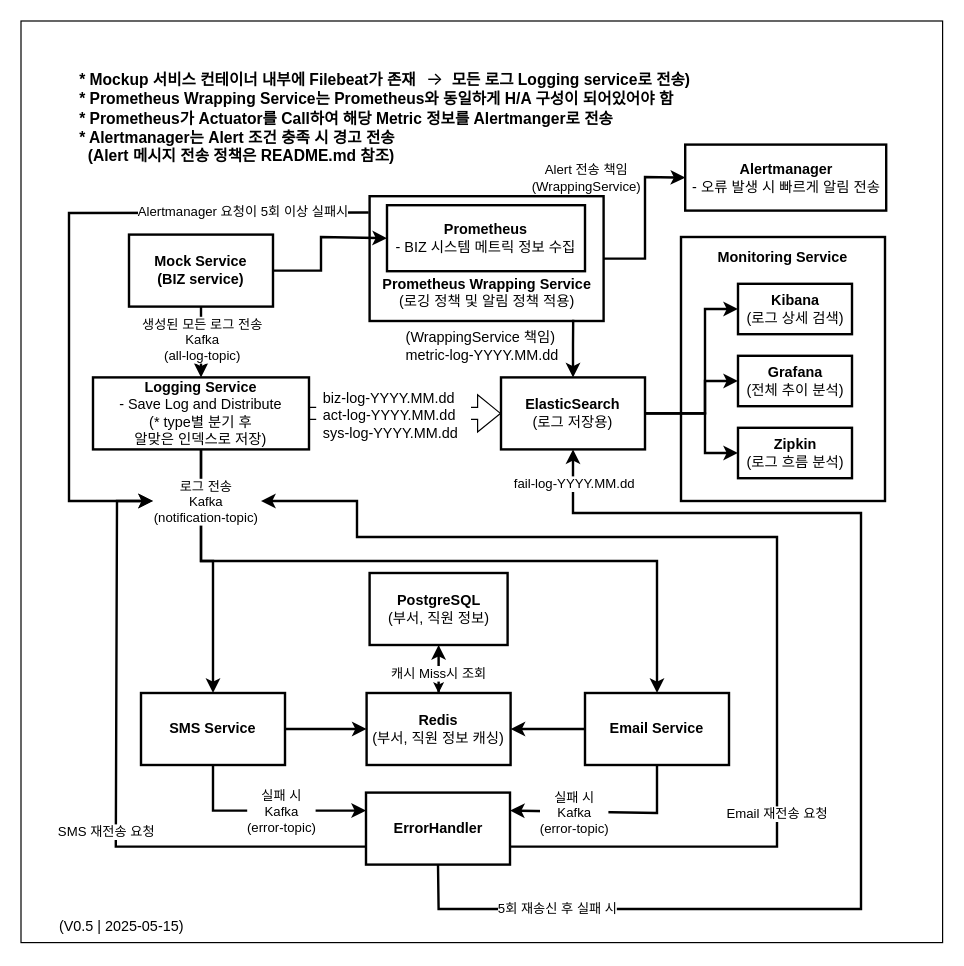
Before: docs/architecture/MsaLogHandleProjects.drawio in rihee1214/logstream-alert-system, a draw.io diagram. Source tidied: cells renumbered, new cells numbered last; positions are measured from the earlier drawing's top-left corner, leaving out a move shared by most shapes. Both pictures are drawn from the tidied source at 120%, with x=0, y=0 at pixel (20, 20).
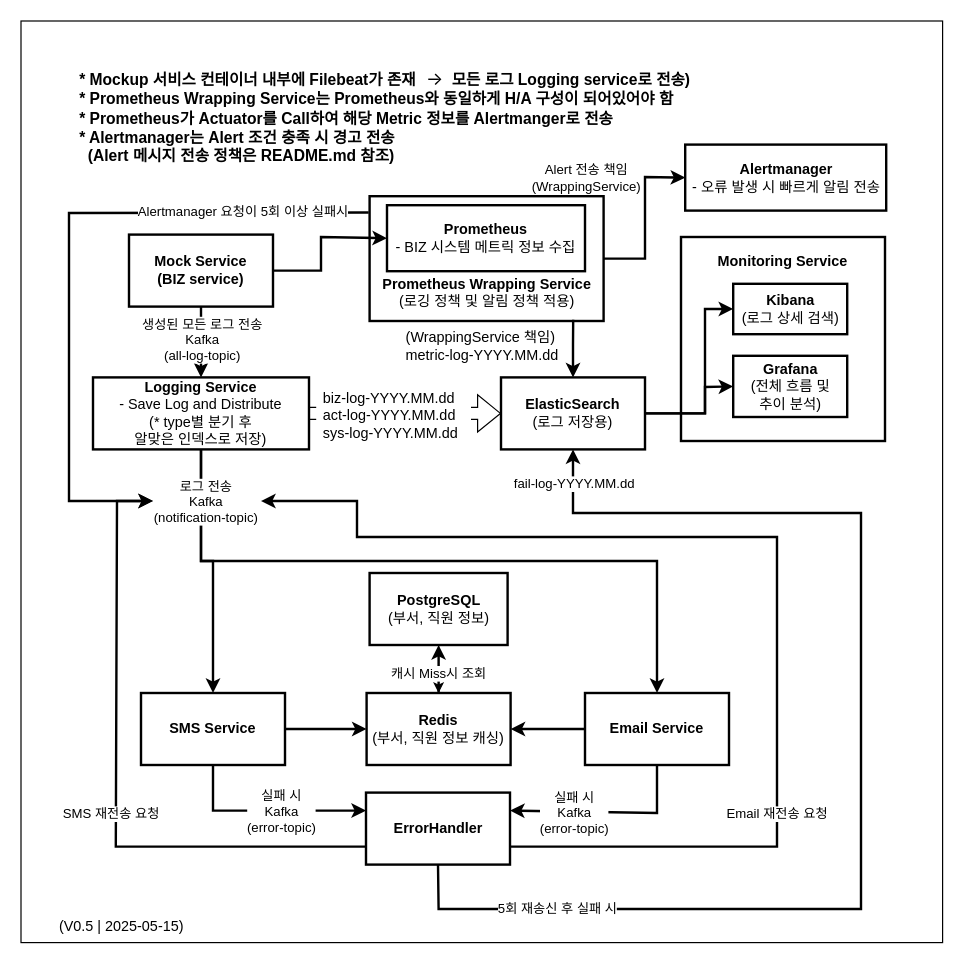
The same page after the edit.

The change refers to these unchanged cells:
```xml
<mxCell id="10" value="&lt;font style=&quot;color: light-dark(rgb(0, 0, 0), rgb(0, 0, 0));&quot;&gt;&lt;b&gt;ElasticSearch&lt;/b&gt;&lt;/font&gt;&lt;div&gt;&lt;font style=&quot;color: light-dark(rgb(0, 0, 0), rgb(0, 0, 0));&quot;&gt;(로그 저장용)&lt;/font&gt;&lt;/div&gt;" style="rounded=0;whiteSpace=wrap;html=1;fillColor=light-dark(#FFFFFF,#E8F0FE);strokeColor=light-dark(#000000,#333333);strokeWidth=2;" parent="1" vertex="1">
  <mxGeometry x="400" y="297" width="120" height="60" as="geometry" />
</mxCell>
<mxCell id="28" style="endArrow=classic;html=1;rounded=0;exitX=0;exitY=0.75;exitDx=0;exitDy=0;strokeWidth=2;strokeColor=light-dark(#000000,#333333);" parent="1" edge="1" source="21">
  <mxGeometry relative="1" as="geometry">
    <mxPoint x="110" y="400" as="targetPoint" />
    <Array as="points">
      <mxPoint x="79" y="688" />
      <mxPoint x="80" y="400" />
    </Array>
  </mxGeometry>
</mxCell>
```

Change to the diagram source:
```diff
@@
-    <mxCell id="5" value="&lt;font style=&quot;color: light-dark(rgb(0, 0, 0), rgb(0, 0, 0));&quot;&gt;&lt;b&gt;Monitoring Service&lt;/b&gt;&lt;/font&gt;&lt;div&gt;&lt;font style=&quot;color: light-dark(rgb(0, 0, 0), rgb(0, 0, 0));&quot;&gt;&lt;b&gt;&lt;br&gt;&lt;/b&gt;&lt;/font&gt;&lt;/div&gt;&lt;div&gt;&lt;font style=&quot;color: light-dark(rgb(0, 0, 0), rgb(0, 0, 0));&quot;&gt;&lt;b&gt;&lt;br&gt;&lt;/b&gt;&lt;/font&gt;&lt;/div&gt;&lt;div&gt;&lt;font style=&quot;color: light-dark(rgb(0, 0, 0), rgb(0, 0, 0));&quot;&gt;&lt;b&gt;&lt;br&gt;&lt;/b&gt;&lt;/font&gt;&lt;/div&gt;&lt;div&gt;&lt;font style=&quot;color: light-dark(rgb(0, 0, 0), rgb(0, 0, 0));&quot;&gt;&lt;b&gt;&lt;br&gt;&lt;/b&gt;&lt;/font&gt;&lt;/div&gt;&lt;div&gt;&lt;font style=&quot;color: light-dark(rgb(0, 0, 0), rgb(0, 0, 0));&quot;&gt;&lt;b&gt;&lt;br&gt;&lt;/b&gt;&lt;/font&gt;&lt;/div&gt;&lt;div&gt;&lt;font style=&quot;color: light-dark(rgb(0, 0, 0), rgb(0, 0, 0));&quot;&gt;&lt;b&gt;&lt;br&gt;&lt;/b&gt;&lt;/font&gt;&lt;/div&gt;&lt;div&gt;&lt;font style=&quot;color: light-dark(rgb(0, 0, 0), rgb(0, 0, 0));&quot;&gt;&lt;b&gt;&lt;br&gt;&lt;/b&gt;&lt;/font&gt;&lt;/div&gt;&lt;div&gt;&lt;font style=&quot;color: light-dark(rgb(0, 0, 0), rgb(0, 0, 0));&quot;&gt;&lt;b&gt;&lt;br&gt;&lt;/b&gt;&lt;/font&gt;&lt;/div&gt;&lt;div&gt;&lt;font style=&quot;color: light-dark(rgb(0, 0, 0), rgb(0, 0, 0));&quot;&gt;&lt;b&gt;&lt;br&gt;&lt;/b&gt;&lt;/font&gt;&lt;/div&gt;&lt;div&gt;&lt;font style=&quot;color: light-dark(rgb(0, 0, 0), rgb(0, 0, 0));&quot;&gt;&lt;b&gt;&lt;br&gt;&lt;/b&gt;&lt;/font&gt;&lt;/div&gt;&lt;div&gt;&lt;font style=&quot;color: light-dark(rgb(0, 0, 0), rgb(0, 0, 0));&quot;&gt;&lt;b&gt;&lt;br&gt;&lt;/b&gt;&lt;/font&gt;&lt;/div&gt;&lt;div&gt;&lt;font style=&quot;color: light-dark(rgb(0, 0, 0), rgb(0, 0, 0));&quot;&gt;&lt;b&gt;&lt;br&gt;&lt;/b&gt;&lt;/font&gt;&lt;/div&gt;&lt;div&gt;&lt;font style=&quot;color: light-dark(rgb(0, 0, 0), rgb(0, 0, 0));&quot;&gt;&lt;b&gt;&lt;br&gt;&lt;/b&gt;&lt;/font&gt;&lt;/div&gt;" style="rounded=0;whiteSpace=wrap;html=1;fillColor=light-dark(#FFFFFF,#E8F0FE);strokeColor=light-dark(#000000,#333333);strokeWidth=2;" parent="1" vertex="1">
-      <mxGeometry x="550" y="180" width="170" height="220" as="geometry" />
+    <mxCell id="5" value="&lt;font style=&quot;color: light-dark(rgb(0, 0, 0), rgb(0, 0, 0));&quot;&gt;&lt;b&gt;Monitoring Service&lt;/b&gt;&lt;/font&gt;&lt;div&gt;&lt;font style=&quot;color: light-dark(rgb(0, 0, 0), rgb(0, 0, 0));&quot;&gt;&lt;b&gt;&lt;br&gt;&lt;/b&gt;&lt;/font&gt;&lt;/div&gt;&lt;div&gt;&lt;font style=&quot;color: light-dark(rgb(0, 0, 0), rgb(0, 0, 0));&quot;&gt;&lt;b&gt;&lt;br&gt;&lt;/b&gt;&lt;/font&gt;&lt;/div&gt;&lt;div&gt;&lt;font style=&quot;color: light-dark(rgb(0, 0, 0), rgb(0, 0, 0));&quot;&gt;&lt;b&gt;&lt;br&gt;&lt;/b&gt;&lt;/font&gt;&lt;/div&gt;&lt;div&gt;&lt;font style=&quot;color: light-dark(rgb(0, 0, 0), rgb(0, 0, 0));&quot;&gt;&lt;b&gt;&lt;br&gt;&lt;/b&gt;&lt;/font&gt;&lt;/div&gt;&lt;div&gt;&lt;font style=&quot;color: light-dark(rgb(0, 0, 0), rgb(0, 0, 0));&quot;&gt;&lt;b&gt;&lt;br&gt;&lt;/b&gt;&lt;/font&gt;&lt;/div&gt;&lt;div&gt;&lt;font style=&quot;color: light-dark(rgb(0, 0, 0), rgb(0, 0, 0));&quot;&gt;&lt;b&gt;&lt;br&gt;&lt;/b&gt;&lt;/font&gt;&lt;/div&gt;&lt;div&gt;&lt;font style=&quot;color: light-dark(rgb(0, 0, 0), rgb(0, 0, 0));&quot;&gt;&lt;b&gt;&lt;br&gt;&lt;/b&gt;&lt;/font&gt;&lt;/div&gt;&lt;div&gt;&lt;font style=&quot;color: light-dark(rgb(0, 0, 0), rgb(0, 0, 0));&quot;&gt;&lt;b&gt;&lt;br&gt;&lt;/b&gt;&lt;/font&gt;&lt;/div&gt;&lt;div&gt;&lt;font style=&quot;color: light-dark(rgb(0, 0, 0), rgb(0, 0, 0));&quot;&gt;&lt;b&gt;&lt;br&gt;&lt;/b&gt;&lt;/font&gt;&lt;/div&gt;" style="rounded=0;whiteSpace=wrap;html=1;fillColor=light-dark(#FFFFFF,#E8F0FE);strokeColor=light-dark(#000000,#333333);strokeWidth=2;" parent="1" vertex="1">
+      <mxGeometry x="550" y="180" width="170" height="170" as="geometry" />
     </mxCell>
@@
     <mxCell id="29" value="SMS 재전송 요청" style="edgeLabel;html=1;align=center;verticalAlign=middle;labelBackgroundColor=light-dark(#FFFFFF,#FFFFFF);fontColor=light-dark(#000000,#000000);" parent="28" vertex="1">
       <mxGeometry relative="1" as="geometry">
-        <mxPoint x="-9" y="42" as="offset" />
+        <mxPoint x="-5" y="27" as="offset" />
       </mxGeometry>
     </mxCell>
@@
     <mxCell id="32" value="&lt;font style=&quot;color: light-dark(rgb(0, 0, 0), rgb(0, 0, 0));&quot;&gt;&lt;b&gt;Kibana&lt;/b&gt;&lt;br&gt;(로그 상세 검색)&lt;/font&gt;" style="rounded=0;whiteSpace=wrap;html=1;fillColor=light-dark(#FFFFFF,#E8F0FE);strokeColor=light-dark(#000000,#333333);strokeWidth=2;" parent="1" vertex="1">
-      <mxGeometry x="597.5" y="219" width="95" height="42" as="geometry" />
+      <mxGeometry x="593.5" y="219" width="95" height="42" as="geometry" />
     </mxCell>
-    <mxCell id="33" value="&lt;font style=&quot;color: light-dark(rgb(0, 0, 0), rgb(0, 0, 0));&quot;&gt;&lt;b&gt;Grafana&lt;br&gt;&lt;/b&gt;(전체 추이 분석)&lt;/font&gt;" style="rounded=0;whiteSpace=wrap;html=1;fillColor=light-dark(#FFFFFF,#E8F0FE);strokeColor=light-dark(#000000,#333333);strokeWidth=2;" parent="1" vertex="1">
-      <mxGeometry x="597.5" y="279" width="95" height="42" as="geometry" />
+    <mxCell id="33" value="&lt;font style=&quot;color: light-dark(rgb(0, 0, 0), rgb(0, 0, 0));&quot;&gt;&lt;b&gt;Grafana&lt;br&gt;&lt;/b&gt;(전체 흐름 및 &lt;br&gt;추이 분석)&lt;/font&gt;" style="rounded=0;whiteSpace=wrap;html=1;fillColor=light-dark(#FFFFFF,#E8F0FE);strokeColor=light-dark(#000000,#333333);strokeWidth=2;" parent="1" vertex="1">
+      <mxGeometry x="593.5" y="279" width="95" height="51" as="geometry" />
     </mxCell>
@@
-    <mxCell id="36" value="&lt;font style=&quot;color: light-dark(rgb(0, 0, 0), rgb(0, 0, 0));&quot;&gt;&lt;b&gt;Zipkin&lt;br&gt;&lt;/b&gt;(로그 흐름 분석)&lt;/font&gt;" style="rounded=0;whiteSpace=wrap;html=1;fillColor=light-dark(#FFFFFF,#E8F0FE);strokeColor=light-dark(#000000,#333333);strokeWidth=2;" parent="1" vertex="1">
-      <mxGeometry x="597.5" y="339" width="95" height="42" as="geometry" />
-    </mxCell>
     <mxCell id="37" style="endArrow=classic;html=1;rounded=0;entryX=0;entryY=0.5;entryDx=0;entryDy=0;strokeWidth=2;strokeColor=light-dark(#000000,#333333);exitX=1;exitY=0.5;exitDx=0;exitDy=0;" parent="1" edge="1" source="10" target="33">
       <mxGeometry relative="1" as="geometry">
         <Array as="points">
           <mxPoint x="570" y="327" />
-          <mxPoint x="570" y="300" />
+          <mxPoint x="570" y="305" />
         </Array>
       </mxGeometry>
     </mxCell>
@@
-    <mxCell id="39" style="endArrow=classic;html=1;rounded=0;entryX=0;entryY=0.5;entryDx=0;entryDy=0;strokeWidth=2;strokeColor=light-dark(#000000,#333333);exitX=1;exitY=0.5;exitDx=0;exitDy=0;" parent="1" edge="1" source="10" target="36">
-      <mxGeometry relative="1" as="geometry">
-        <Array as="points">
-          <mxPoint x="570" y="327" />
-          <mxPoint x="570" y="360" />
-        </Array>
-      </mxGeometry>
-    </mxCell>
```
